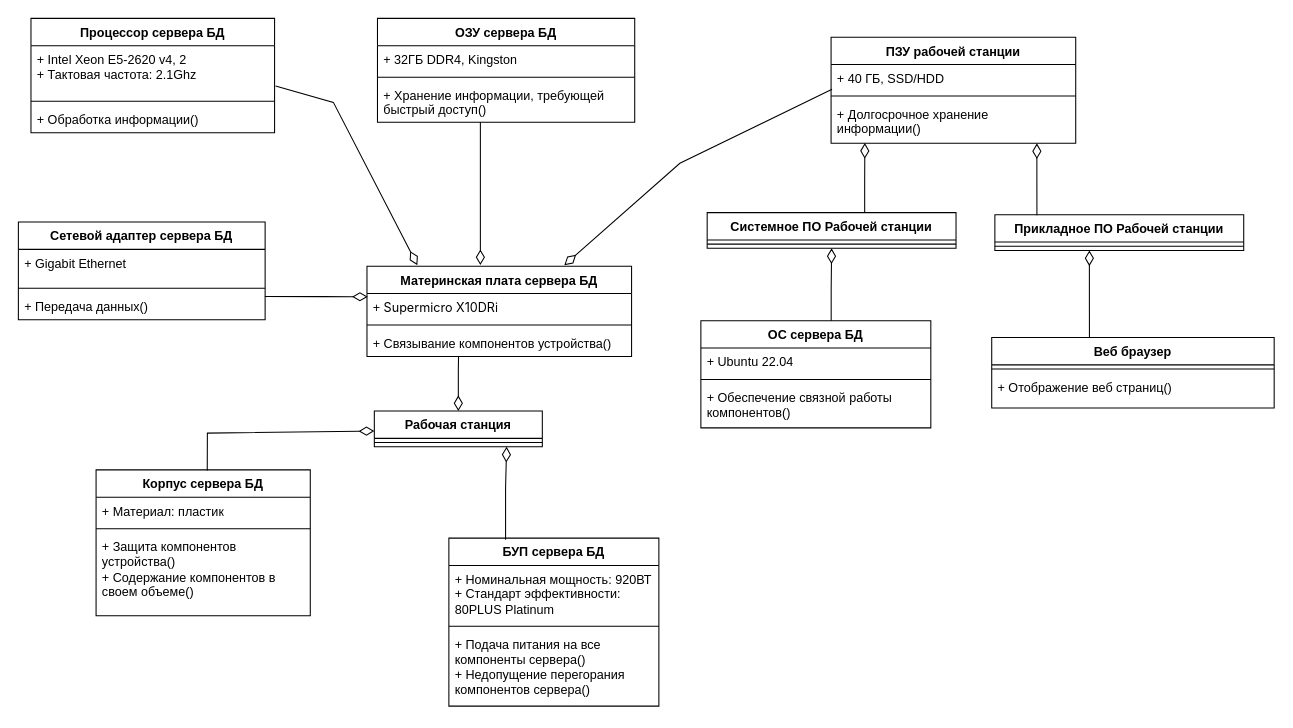
The draw.io diagram Определение проекта АИС "Рабочая станция".drawio in hiff0/db-city-council, before the edit. Source tidied: cells renumbered, new cells numbered last; positions are measured from the earlier drawing's top-left corner, leaving out a move shared by most shapes. Both pictures are drawn from the tidied source at 105%, with x=0, y=0 at pixel (18, 18).
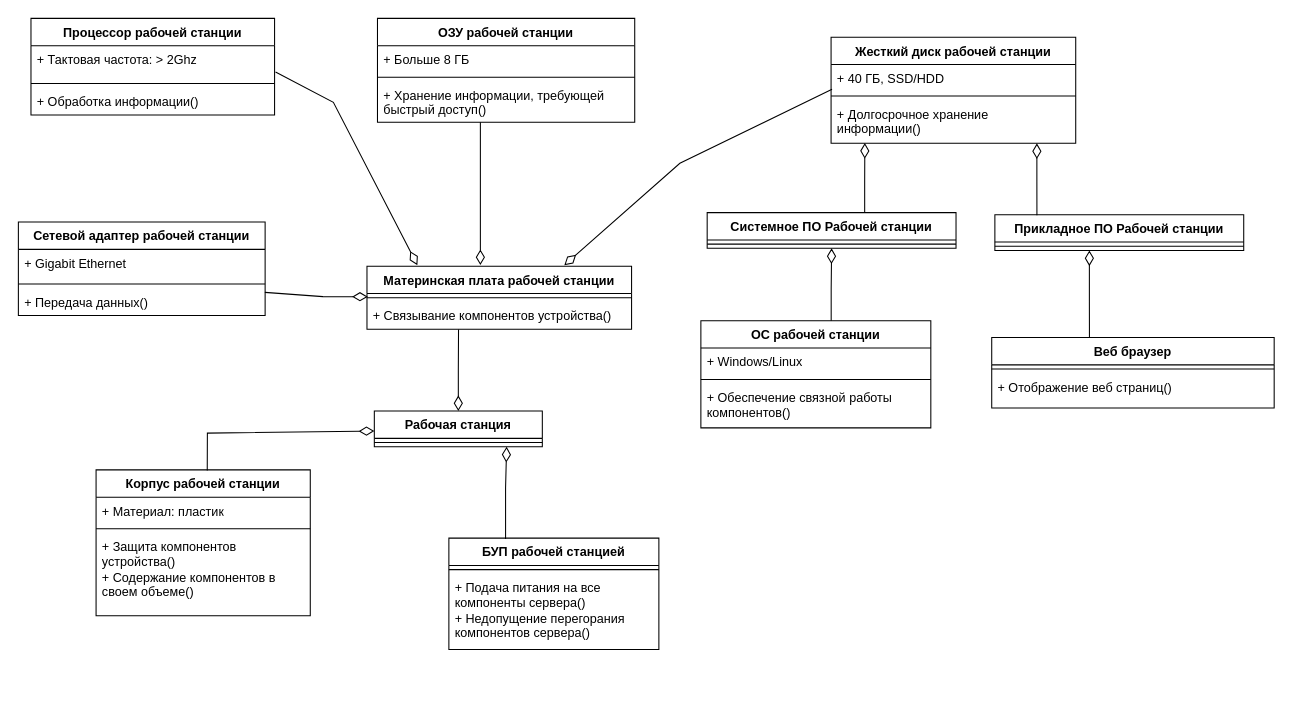
The same diagram, later.

What changed in the source:
```diff
@@
-    <mxCell id="4" value="Корпус сервера БД" style="swimlane;fontStyle=1;align=center;verticalAlign=top;horizontal=1;startSize=26;whiteSpace=wrap;html=1;" parent="1" vertex="1">
+    <mxCell id="4" value="Корпус рабочей станции" style="swimlane;fontStyle=1;align=center;verticalAlign=top;horizontal=1;startSize=26;whiteSpace=wrap;html=1;" parent="1" vertex="1">
       <mxGeometry x="74" y="430" width="204" height="139" as="geometry" />
     </mxCell>
@@
-    <mxCell id="8" value="Материнская плата сервера БД" style="swimlane;fontStyle=1;align=center;verticalAlign=top;horizontal=1;startSize=26;whiteSpace=wrap;html=1;" parent="1" vertex="1">
-      <mxGeometry x="332" y="236" width="252" height="86" as="geometry" />
+    <mxCell id="8" value="Материнская плата рабочей станции" style="swimlane;fontStyle=1;align=center;verticalAlign=top;horizontal=1;startSize=26;whiteSpace=wrap;html=1;" parent="1" vertex="1">
+      <mxGeometry x="332" y="236" width="252" height="60" as="geometry" />
     </mxCell>
-    <mxCell id="9" value="&lt;span style=&quot;background-color: rgb(255, 255, 255);&quot;&gt;&lt;font style=&quot;font-size: 12px;&quot;&gt;+&amp;nbsp;&lt;span style=&quot;font-family: Inter, -apple-system, BlinkMacSystemFont, &amp;quot;Segoe UI&amp;quot;, Roboto, Helvetica, Arial, sans-serif, &amp;quot;Apple Color Emoji&amp;quot;, &amp;quot;Segoe UI Emoji&amp;quot;, &amp;quot;Segoe UI Symbol&amp;quot;; white-space-collapse: preserve;&quot;&gt;Supermicro X10DRi&lt;/span&gt;&lt;/font&gt;&lt;/span&gt;&lt;div style=&quot;&quot;&gt;&lt;span style=&quot;background-color: rgb(255, 255, 255);&quot;&gt;&lt;span style=&quot;font-family: Inter, -apple-system, BlinkMacSystemFont, &amp;quot;Segoe UI&amp;quot;, Roboto, Helvetica, Arial, sans-serif, &amp;quot;Apple Color Emoji&amp;quot;, &amp;quot;Segoe UI Emoji&amp;quot;, &amp;quot;Segoe UI Symbol&amp;quot;; font-size: 16px; white-space-collapse: preserve;&quot;&gt;&lt;br&gt;&lt;/span&gt;&lt;/span&gt;&lt;/div&gt;" style="text;strokeColor=none;fillColor=none;align=left;verticalAlign=top;spacingLeft=4;spacingRight=4;overflow=hidden;points=[[0,0.5],[1,0.5]];portConstraint=eastwest;whiteSpace=wrap;html=1;" parent="8" vertex="1">
-      <mxGeometry y="26" width="252" height="26" as="geometry" />
-    </mxCell>
     <mxCell id="10" style="line;strokeWidth=1;fillColor=none;align=left;verticalAlign=middle;spacingTop=-1;spacingLeft=3;spacingRight=3;labelPosition=right;strokeColor=inherit;" parent="8" vertex="1">
-      <mxGeometry y="52" width="252" height="8" as="geometry" />
+      <mxGeometry y="26" width="252" height="8" as="geometry" />
     </mxCell>
     <mxCell id="11" value="+ Связывание компонентов устройства()" style="text;strokeColor=none;fillColor=none;align=left;verticalAlign=top;spacingLeft=4;spacingRight=4;overflow=hidden;points=[[0,0.5],[1,0.5]];portConstraint=eastwest;whiteSpace=wrap;html=1;" parent="8" vertex="1">
-      <mxGeometry y="60" width="252" height="26" as="geometry" />
+      <mxGeometry y="34" width="252" height="26" as="geometry" />
     </mxCell>
-    <mxCell id="12" value="Процессор сервера БД" style="swimlane;fontStyle=1;align=center;verticalAlign=top;horizontal=1;startSize=26;whiteSpace=wrap;html=1;" parent="1" vertex="1">
-      <mxGeometry x="12" width="232" height="109" as="geometry" />
+    <mxCell id="12" value="Процессор рабочей станции" style="swimlane;fontStyle=1;align=center;verticalAlign=top;horizontal=1;startSize=26;whiteSpace=wrap;html=1;" parent="1" vertex="1">
+      <mxGeometry x="12" width="232" height="92" as="geometry" />
     </mxCell>
-    <mxCell id="13" value="+ Intel Xeon E5-2620 v4, 2&lt;div&gt;+ Тактовая частота: 2.1Ghz&lt;/div&gt;" style="text;strokeColor=none;fillColor=none;align=left;verticalAlign=top;spacingLeft=4;spacingRight=4;overflow=hidden;points=[[0,0.5],[1,0.5]];portConstraint=eastwest;whiteSpace=wrap;html=1;" parent="12" vertex="1">
-      <mxGeometry y="26" width="232" height="49" as="geometry" />
+    <mxCell id="13" value="&lt;div&gt;+ Тактовая частота: &amp;gt; 2Ghz&lt;/div&gt;" style="text;strokeColor=none;fillColor=none;align=left;verticalAlign=top;spacingLeft=4;spacingRight=4;overflow=hidden;points=[[0,0.5],[1,0.5]];portConstraint=eastwest;whiteSpace=wrap;html=1;" parent="12" vertex="1">
+      <mxGeometry y="26" width="232" height="32" as="geometry" />
     </mxCell>
     <mxCell id="14" style="line;strokeWidth=1;fillColor=none;align=left;verticalAlign=middle;spacingTop=-1;spacingLeft=3;spacingRight=3;labelPosition=right;strokeColor=inherit;" parent="12" vertex="1">
-      <mxGeometry y="75" width="232" height="8" as="geometry" />
+      <mxGeometry y="58" width="232" height="8" as="geometry" />
     </mxCell>
     <mxCell id="15" value="+ Обработка информации()" style="text;strokeColor=none;fillColor=none;align=left;verticalAlign=top;spacingLeft=4;spacingRight=4;overflow=hidden;whiteSpace=wrap;html=1;" parent="12" vertex="1">
-      <mxGeometry y="83" width="232" height="26" as="geometry" />
+      <mxGeometry y="66" width="232" height="26" as="geometry" />
     </mxCell>
-    <mxCell id="16" value="ОЗУ сервера БД" style="swimlane;fontStyle=1;align=center;verticalAlign=top;horizontal=1;startSize=26;whiteSpace=wrap;html=1;" parent="1" vertex="1">
+    <mxCell id="16" value="ОЗУ рабочей станции" style="swimlane;fontStyle=1;align=center;verticalAlign=top;horizontal=1;startSize=26;whiteSpace=wrap;html=1;" parent="1" vertex="1">
       <mxGeometry x="342" width="245" height="99" as="geometry" />
     </mxCell>
-    <mxCell id="17" value="+ 32ГБ DDR4, Kingston" style="text;strokeColor=none;fillColor=none;align=left;verticalAlign=top;spacingLeft=4;spacingRight=4;overflow=hidden;whiteSpace=wrap;html=1;" parent="16" vertex="1">
+    <mxCell id="17" value="+ Больше 8 ГБ" style="text;strokeColor=none;fillColor=none;align=left;verticalAlign=top;spacingLeft=4;spacingRight=4;overflow=hidden;whiteSpace=wrap;html=1;" parent="16" vertex="1">
       <mxGeometry y="26" width="245" height="26" as="geometry" />
     </mxCell>
@@
-    <mxCell id="20" value="ПЗУ рабочей станции" style="swimlane;fontStyle=1;align=center;verticalAlign=top;horizontal=1;startSize=26;whiteSpace=wrap;html=1;" parent="1" vertex="1">
+    <mxCell id="20" value="Жесткий диск рабочей станции" style="swimlane;fontStyle=1;align=center;verticalAlign=top;horizontal=1;startSize=26;whiteSpace=wrap;html=1;" parent="1" vertex="1">
       <mxGeometry x="774" y="18" width="233" height="101" as="geometry" />
     </mxCell>
@@
-    <mxCell id="24" value="Сетевой адаптер сервера БД" style="swimlane;fontStyle=1;align=center;verticalAlign=top;horizontal=1;startSize=26;whiteSpace=wrap;html=1;" parent="1" vertex="1">
-      <mxGeometry y="194" width="235" height="93" as="geometry" />
+    <mxCell id="24" value="Сетевой адаптер рабочей станции" style="swimlane;fontStyle=1;align=center;verticalAlign=top;horizontal=1;startSize=26;whiteSpace=wrap;html=1;" parent="1" vertex="1">
+      <mxGeometry y="194" width="235" height="89" as="geometry" />
     </mxCell>
     <mxCell id="25" value="+ Gigabit Ethernet" style="text;strokeColor=none;fillColor=none;align=left;verticalAlign=top;spacingLeft=4;spacingRight=4;overflow=hidden;whiteSpace=wrap;html=1;" parent="24" vertex="1">
-      <mxGeometry y="26" width="235" height="33" as="geometry" />
+      <mxGeometry y="26" width="235" height="29" as="geometry" />
     </mxCell>
     <mxCell id="26" style="line;strokeWidth=1;fillColor=none;align=left;verticalAlign=middle;spacingTop=-1;spacingLeft=3;spacingRight=3;labelPosition=right;strokeColor=inherit;" parent="24" vertex="1">
-      <mxGeometry y="59" width="235" height="8" as="geometry" />
+      <mxGeometry y="55" width="235" height="8" as="geometry" />
     </mxCell>
     <mxCell id="27" value="+ Передача данных()" style="text;strokeColor=none;fillColor=none;align=left;verticalAlign=top;spacingLeft=4;spacingRight=4;overflow=hidden;points=[[0,0.5],[1,0.5]];portConstraint=eastwest;whiteSpace=wrap;html=1;" parent="24" vertex="1">
-      <mxGeometry y="67" width="235" height="26" as="geometry" />
+      <mxGeometry y="63" width="235" height="26" as="geometry" />
     </mxCell>
@@
-    <mxCell id="32" value="ОС сервера БД" style="swimlane;fontStyle=1;align=center;verticalAlign=top;horizontal=1;startSize=26;whiteSpace=wrap;html=1;" parent="1" vertex="1">
+    <mxCell id="32" value="ОС рабочей станции" style="swimlane;fontStyle=1;align=center;verticalAlign=top;horizontal=1;startSize=26;whiteSpace=wrap;html=1;" parent="1" vertex="1">
       <mxGeometry x="650" y="288" width="219" height="102" as="geometry" />
     </mxCell>
-    <mxCell id="33" value="+ Ubuntu 22.04" style="text;strokeColor=none;fillColor=none;align=left;verticalAlign=top;spacingLeft=4;spacingRight=4;overflow=hidden;whiteSpace=wrap;html=1;" parent="32" vertex="1">
+    <mxCell id="33" value="+ Windows/Linux" style="text;strokeColor=none;fillColor=none;align=left;verticalAlign=top;spacingLeft=4;spacingRight=4;overflow=hidden;whiteSpace=wrap;html=1;" parent="32" vertex="1">
       <mxGeometry y="26" width="219" height="26" as="geometry" />
     </mxCell>
@@
-    <mxCell id="41" style="endArrow=diamondThin;endFill=0;endSize=12;html=1;rounded=0;exitX=0.999;exitY=0.152;exitDx=0;exitDy=0;exitPerimeter=0;entryX=0.003;entryY=0.121;entryDx=0;entryDy=0;entryPerimeter=0;" parent="1" edge="1" source="27" target="9">
+    <mxCell id="41" style="endArrow=diamondThin;endFill=0;endSize=12;html=1;rounded=0;exitX=0.999;exitY=0.152;exitDx=0;exitDy=0;exitPerimeter=0;entryX=0.003;entryY=0.121;entryDx=0;entryDy=0;entryPerimeter=0;" parent="1" edge="1" source="27">
       <mxGeometry relative="1" as="geometry">
+        <mxPoint x="332.8" y="265.1" as="targetPoint" />
         <Array as="points">
           <mxPoint x="290" y="265" />
         </Array>
       </mxGeometry>
     </mxCell>
@@
-    <mxCell id="49" value="БУП сервера БД" style="swimlane;fontStyle=1;align=center;verticalAlign=top;horizontal=1;startSize=26;whiteSpace=wrap;html=1;" parent="1" vertex="1">
-      <mxGeometry x="410" y="495" width="200" height="160" as="geometry" />
+    <mxCell id="49" value="БУП рабочей станцией" style="swimlane;fontStyle=1;align=center;verticalAlign=top;horizontal=1;startSize=26;whiteSpace=wrap;html=1;" parent="1" vertex="1">
+      <mxGeometry x="410" y="495" width="200" height="106" as="geometry" />
     </mxCell>
-    <mxCell id="50" value="+ Номинальная мощность: 920ВТ&lt;div&gt;+ Стандарт эффективности: 80PLUS Platinum&lt;/div&gt;" style="text;strokeColor=none;fillColor=none;align=left;verticalAlign=top;spacingLeft=4;spacingRight=4;overflow=hidden;whiteSpace=wrap;html=1;" parent="49" vertex="1">
-      <mxGeometry y="26" width="200" height="54" as="geometry" />
-    </mxCell>
     <mxCell id="51" style="line;strokeWidth=1;fillColor=none;align=left;verticalAlign=middle;spacingTop=-1;spacingLeft=3;spacingRight=3;labelPosition=right;strokeColor=inherit;" parent="49" vertex="1">
-      <mxGeometry y="80" width="200" height="8" as="geometry" />
+      <mxGeometry y="26" width="200" height="8" as="geometry" />
     </mxCell>
     <mxCell id="52" value="+ Подача питания на все компоненты сервера()&lt;div&gt;+ Недопущение перегорания компонентов сервера()&lt;/div&gt;" style="text;strokeColor=none;fillColor=none;align=left;verticalAlign=top;spacingLeft=4;spacingRight=4;overflow=hidden;whiteSpace=wrap;html=1;" parent="49" vertex="1">
-      <mxGeometry y="88" width="200" height="72" as="geometry" />
+      <mxGeometry y="34" width="200" height="72" as="geometry" />
     </mxCell>
```
